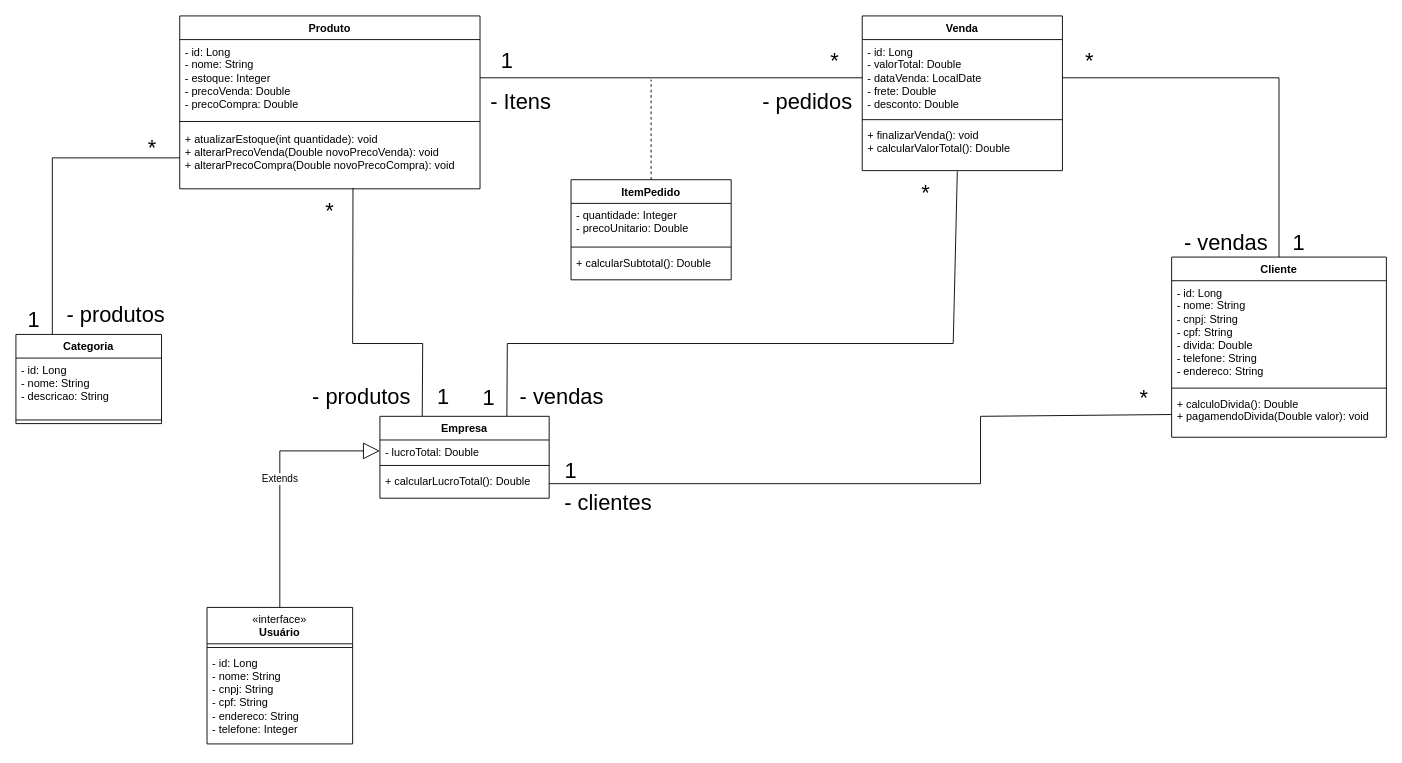
Earlier version of the draw.io diagram Diagramas/Lojinha.drawio (SaulinhoDevs/Lojinha). Source tidied: cells renumbered, new cells numbered last; positions are measured from the earlier drawing's top-left corner, leaving out a move shared by most shapes. Both pictures are drawn from the tidied source at 91%, with x=0, y=0 at pixel (15, 15).
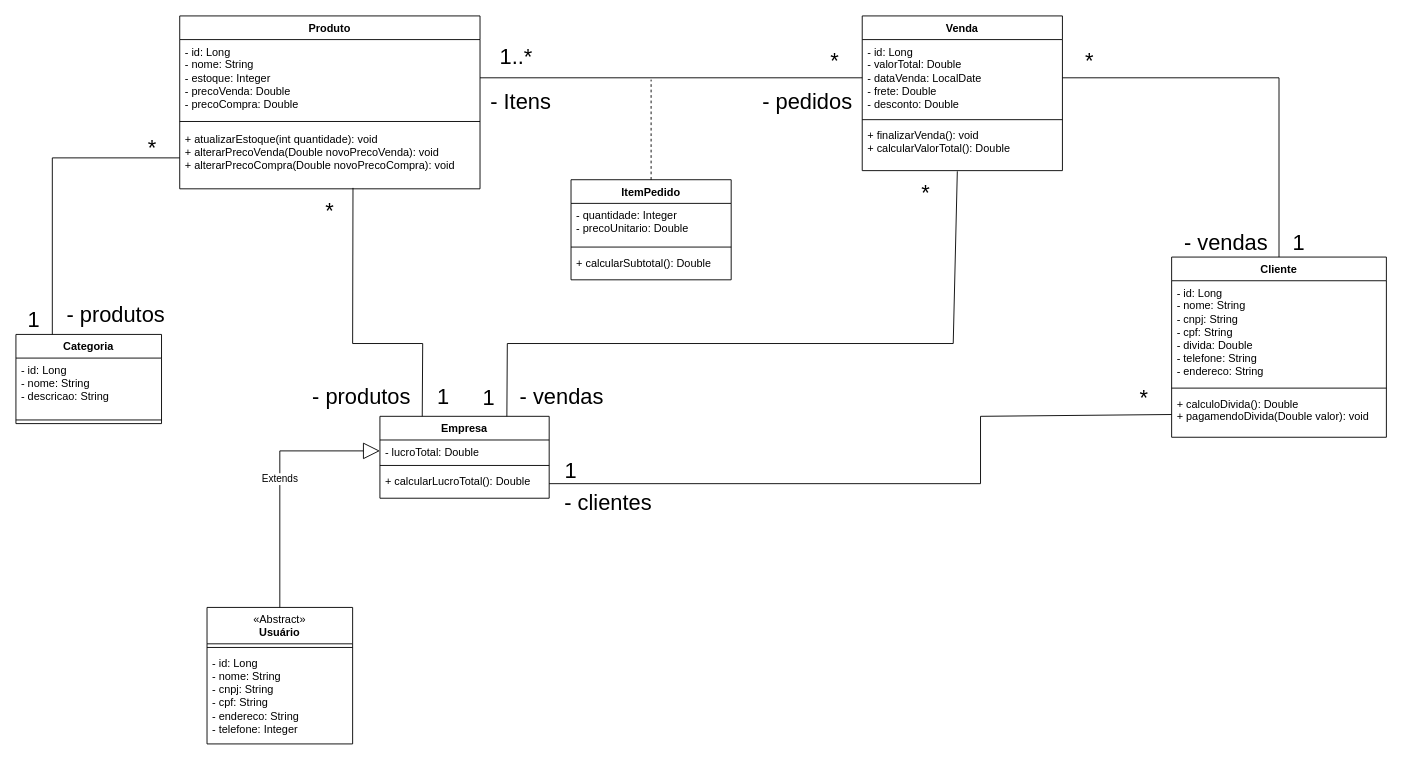
Above is the later version.

Change to the diagram source:
```diff
@@
-    <mxCell id="18" value="&lt;span style=&quot;font-weight: 400;&quot;&gt;«interface»&lt;/span&gt;&lt;br style=&quot;font-weight: 400;&quot;&gt;&lt;b&gt;Usuário&lt;/b&gt;" style="swimlane;fontStyle=1;align=center;verticalAlign=top;horizontal=1;startSize=40;whiteSpace=wrap;html=1;" parent="1" vertex="1">
+    <mxCell id="18" value="&lt;span style=&quot;font-weight: 400;&quot;&gt;«Abstract»&lt;/span&gt;&lt;br style=&quot;font-weight: 400;&quot;&gt;&lt;b&gt;Usuário&lt;/b&gt;" style="swimlane;fontStyle=1;align=center;verticalAlign=top;horizontal=1;startSize=40;whiteSpace=wrap;html=1;" parent="1" vertex="1">
       <mxGeometry x="210" y="650" width="160" height="150" as="geometry" />
     </mxCell>
@@
-    <mxCell id="32" value="&lt;font style=&quot;font-size: 24px;&quot;&gt;1&lt;/font&gt;" style="text;html=1;whiteSpace=wrap;strokeColor=none;fillColor=none;align=center;verticalAlign=middle;rounded=0;" parent="1" vertex="1">
-      <mxGeometry x="520" y="40" width="40" height="20" as="geometry" />
+    <mxCell id="32" value="&lt;font style=&quot;font-size: 24px;&quot;&gt;1..*&lt;/font&gt;" style="text;html=1;whiteSpace=wrap;strokeColor=none;fillColor=none;align=center;verticalAlign=middle;rounded=0;" parent="1" vertex="1">
+      <mxGeometry x="530" y="35" width="40" height="20" as="geometry" />
     </mxCell>
```
